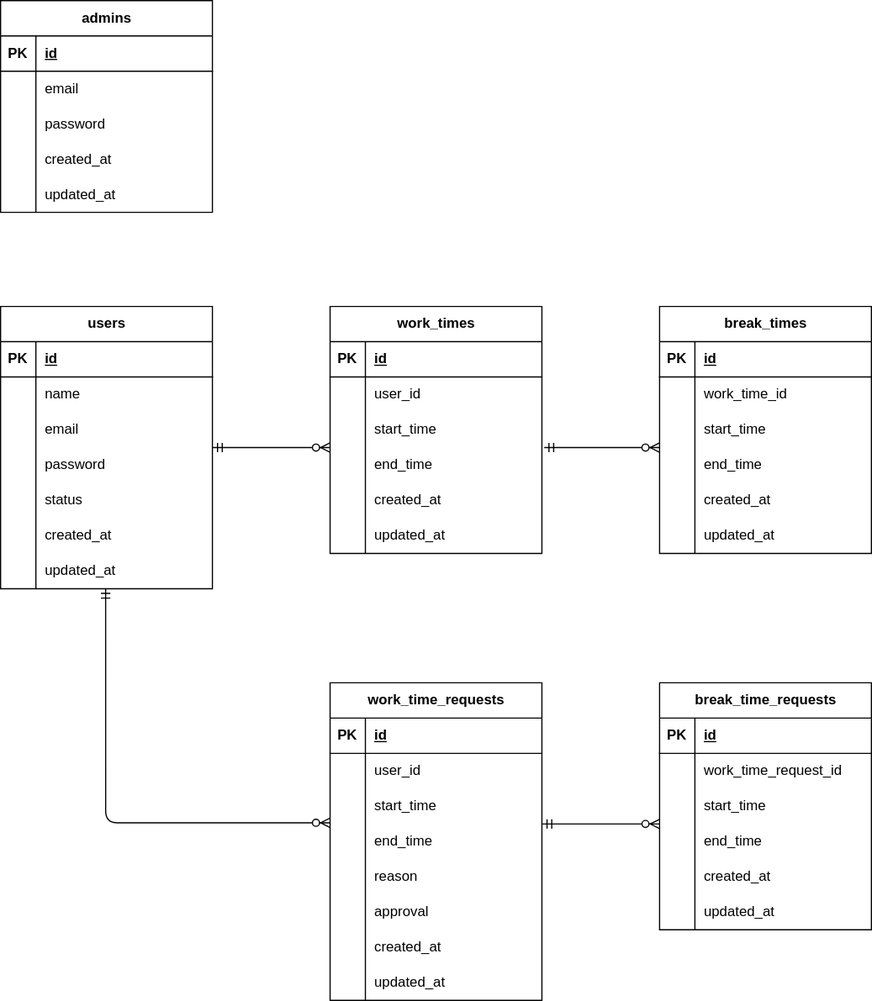
Earlier version of the draw.io export erd.drawio.svg (oura-takeshi/attendance-management). Source tidied: cells renumbered, new cells last; positions are measured from the earlier drawing's top-left corner, leaving out a move shared by most shapes.
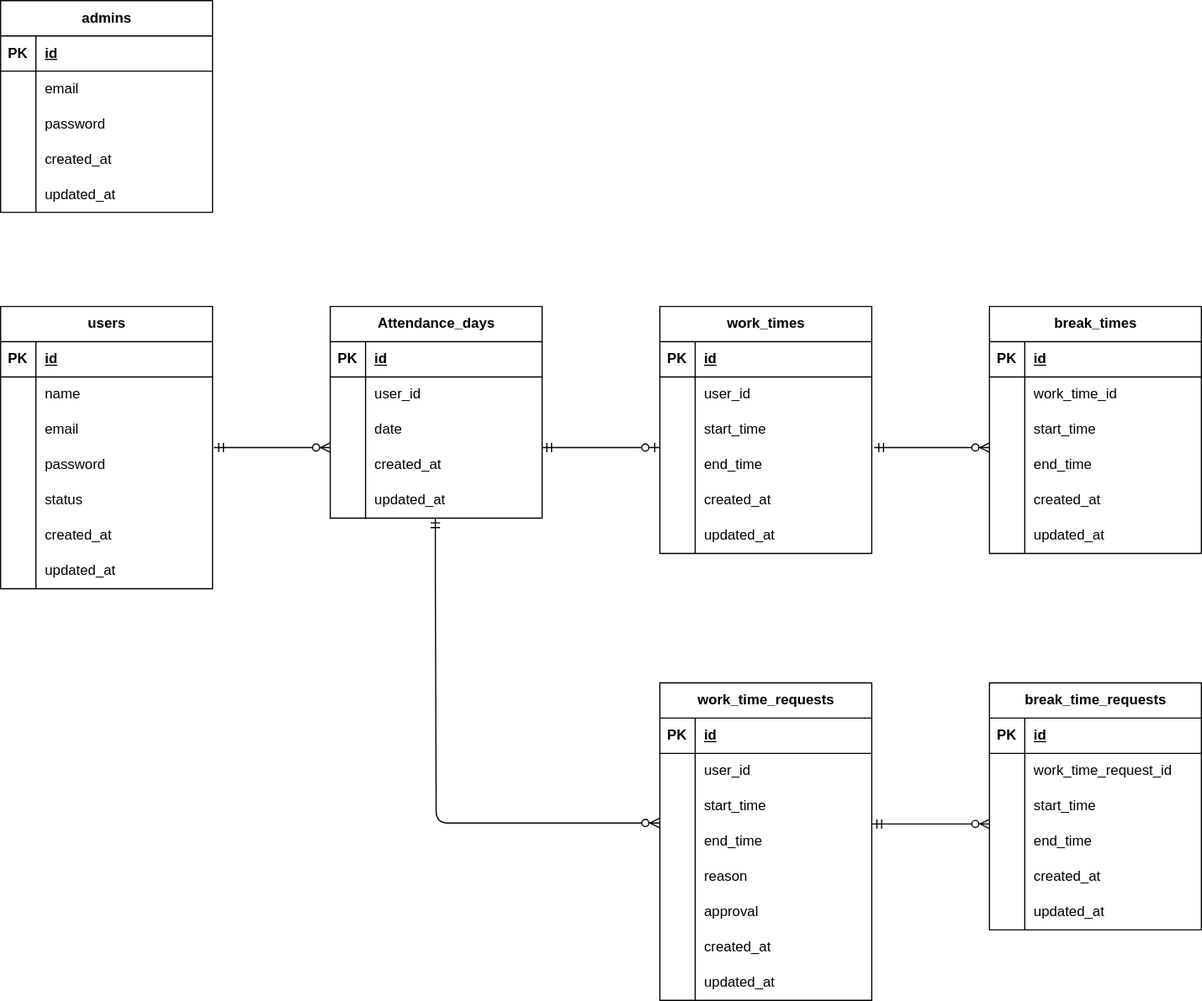
The same diagram one commit later.

Diff of the diagram source:
```diff
@@ -3,7 +3,7 @@
     <mxCell id="0" />
     <mxCell id="1" parent="0" />
     <mxCell id="2" value="users" style="shape=table;startSize=30;rowLines=0;fontStyle=1;align=center;html=1;" parent="1" vertex="1">
-      <mxGeometry y="260" width="180" height="240" as="geometry" />
+      <mxGeometry x="-280" y="260" width="180" height="240" as="geometry" />
     </mxCell>
     <mxCell id="3" style="shape=tableRow;horizontal=0;startSize=0;swimlaneHead=0;swimlaneBody=0;fillColor=none;top=0;left=0;right=0;bottom=1;" parent="2" vertex="1">
       <mxGeometry y="30" width="180" height="30" as="geometry" />
@@ -125,8 +125,10 @@
     <mxCell id="42" value="updated_at" style="shape=partialRectangle;fillColor=none;top=0;left=0;bottom=0;right=0;align=left;spacingLeft=6;overflow=hidden;whiteSpace=wrap;html=1;" parent="40" vertex="1">
       <mxGeometry x="30" width="150" height="30" as="geometry" />
     </mxCell>
-    <mxCell id="43" style="edgeStyle=entityRelationEdgeStyle;fontSize=12;html=1;endArrow=ERzeroToMany;startArrow=ERmandOne;entryX=0;entryY=0;entryDx=0;entryDy=0;entryPerimeter=0;exitX=1.002;exitY=0;exitDx=0;exitDy=0;exitPerimeter=0;" parent="1" edge="1" source="12" target="34">
-      <mxGeometry relative="1" as="geometry" />
+    <mxCell id="43" style="edgeStyle=entityRelationEdgeStyle;fontSize=12;html=1;endArrow=ERzeroToOne;startArrow=ERmandOne;endFill=0;entryX=-0.002;entryY=0;entryDx=0;entryDy=0;entryPerimeter=0;" parent="1" edge="1" target="34">
+      <mxGeometry relative="1" as="geometry">
+        <mxPoint x="180" y="380" as="sourcePoint" />
+      </mxGeometry>
     </mxCell>
     <mxCell id="44" value="break_times" style="shape=table;startSize=30;rowLines=0;fontStyle=1;align=center;html=1;" parent="1" vertex="1">
       <mxGeometry x="560" y="260" width="180" height="210" as="geometry" />
@@ -189,7 +191,7 @@
       <mxGeometry relative="1" as="geometry" />
     </mxCell>
     <mxCell id="64" value="admins" style="shape=table;startSize=30;rowLines=0;fontStyle=1;align=center;html=1;" parent="1" vertex="1">
-      <mxGeometry width="180" height="180" as="geometry" />
+      <mxGeometry x="-280" width="180" height="180" as="geometry" />
     </mxCell>
     <mxCell id="65" style="shape=tableRow;horizontal=0;startSize=0;swimlaneHead=0;swimlaneBody=0;fillColor=none;top=0;left=0;right=0;bottom=1;" parent="64" vertex="1">
       <mxGeometry y="30" width="180" height="30" as="geometry" />
@@ -311,11 +313,11 @@
     <mxCell id="104" value="updated_at" style="shape=partialRectangle;fillColor=none;top=0;left=0;bottom=0;right=0;align=left;spacingLeft=6;overflow=hidden;whiteSpace=wrap;html=1;" parent="102" vertex="1">
       <mxGeometry x="30" width="150" height="30" as="geometry" />
     </mxCell>
-    <mxCell id="105" style="fontSize=12;html=1;endArrow=ERzeroToMany;startArrow=ERmandOne;exitX=0.496;exitY=1;exitDx=0;exitDy=0;exitPerimeter=0;edgeStyle=orthogonalEdgeStyle;" parent="1" edge="1" source="21">
+    <mxCell id="105" style="fontSize=12;html=1;endArrow=ERzeroToMany;startArrow=ERmandOne;exitX=0.496;exitY=1;exitDx=0;exitDy=0;exitPerimeter=0;edgeStyle=orthogonalEdgeStyle;entryX=-0.002;entryY=0.973;entryDx=0;entryDy=0;entryPerimeter=0;" parent="1" edge="1" source="139" target="87">
       <mxGeometry relative="1" as="geometry">
-        <mxPoint x="280" y="699" as="targetPoint" />
         <Array as="points">
-          <mxPoint x="89" y="699" />
+          <mxPoint x="89" y="500" />
+          <mxPoint x="90" y="699" />
         </Array>
       </mxGeometry>
     </mxCell>
@@ -379,5 +381,56 @@
     <mxCell id="125" style="edgeStyle=entityRelationEdgeStyle;fontSize=12;html=1;endArrow=ERzeroToMany;startArrow=ERmandOne;entryX=0;entryY=0;entryDx=0;entryDy=0;entryPerimeter=0;exitX=1.002;exitY=0;exitDx=0;exitDy=0;exitPerimeter=0;" parent="1" edge="1" source="90" target="116">
       <mxGeometry relative="1" as="geometry" />
     </mxCell>
+    <mxCell id="126" value="Attendance_days" style="shape=table;startSize=30;rowLines=0;fontStyle=1;align=center;html=1;" parent="1" vertex="1">
+      <mxGeometry y="260" width="180" height="180" as="geometry" />
+    </mxCell>
+    <mxCell id="127" style="shape=tableRow;horizontal=0;startSize=0;swimlaneHead=0;swimlaneBody=0;fillColor=none;top=0;left=0;right=0;bottom=1;" parent="126" vertex="1">
+      <mxGeometry y="30" width="180" height="30" as="geometry" />
+    </mxCell>
+    <mxCell id="128" value="PK" style="shape=partialRectangle;fillColor=none;top=0;left=0;bottom=0;right=0;fontStyle=1;overflow=hidden;whiteSpace=wrap;html=1;" parent="127" vertex="1">
+      <mxGeometry width="30" height="30" as="geometry" />
+    </mxCell>
+    <mxCell id="129" value="id" style="shape=partialRectangle;fillColor=none;top=0;left=0;bottom=0;right=0;align=left;spacingLeft=6;fontStyle=5;overflow=hidden;whiteSpace=wrap;html=1;" parent="127" vertex="1">
+      <mxGeometry x="30" width="150" height="30" as="geometry" />
+    </mxCell>
+    <mxCell id="130" style="shape=tableRow;horizontal=0;startSize=0;swimlaneHead=0;swimlaneBody=0;fillColor=none;top=0;left=0;right=0;bottom=0;" parent="126" vertex="1">
+      <mxGeometry y="60" width="180" height="30" as="geometry" />
+    </mxCell>
+    <mxCell id="131" style="shape=partialRectangle;fillColor=none;top=0;left=0;bottom=0;right=0;overflow=hidden;whiteSpace=wrap;html=1;" parent="130" vertex="1">
+      <mxGeometry width="30" height="30" as="geometry" />
+    </mxCell>
+    <mxCell id="132" value="user_id" style="shape=partialRectangle;fillColor=none;top=0;left=0;bottom=0;right=0;align=left;spacingLeft=6;overflow=hidden;whiteSpace=wrap;html=1;" parent="130" vertex="1">
+      <mxGeometry x="30" width="150" height="30" as="geometry" />
+    </mxCell>
+    <mxCell id="133" style="shape=tableRow;horizontal=0;startSize=0;swimlaneHead=0;swimlaneBody=0;fillColor=none;top=0;left=0;right=0;bottom=0;" parent="126" vertex="1">
+      <mxGeometry y="90" width="180" height="30" as="geometry" />
+    </mxCell>
+    <mxCell id="134" style="shape=partialRectangle;fillColor=none;top=0;left=0;bottom=0;right=0;overflow=hidden;whiteSpace=wrap;html=1;" parent="133" vertex="1">
+      <mxGeometry width="30" height="30" as="geometry" />
+    </mxCell>
+    <mxCell id="135" value="date" style="shape=partialRectangle;fillColor=none;top=0;left=0;bottom=0;right=0;align=left;spacingLeft=6;overflow=hidden;whiteSpace=wrap;html=1;" parent="133" vertex="1">
+      <mxGeometry x="30" width="150" height="30" as="geometry" />
+    </mxCell>
+    <mxCell id="136" style="shape=tableRow;horizontal=0;startSize=0;swimlaneHead=0;swimlaneBody=0;fillColor=none;points=[[0,0.5],[1,0.5]];portConstraint=eastwest;top=0;left=0;right=0;bottom=0;" parent="126" vertex="1">
+      <mxGeometry y="120" width="180" height="30" as="geometry" />
+    </mxCell>
+    <mxCell id="137" style="shape=partialRectangle;fillColor=none;top=0;left=0;bottom=0;right=0;overflow=hidden;whiteSpace=wrap;html=1;" parent="136" vertex="1">
+      <mxGeometry width="30" height="30" as="geometry" />
+    </mxCell>
+    <mxCell id="138" value="created_at" style="shape=partialRectangle;fillColor=none;top=0;left=0;bottom=0;right=0;align=left;spacingLeft=6;overflow=hidden;whiteSpace=wrap;html=1;" parent="136" vertex="1">
+      <mxGeometry x="30" width="150" height="30" as="geometry" />
+    </mxCell>
+    <mxCell id="139" style="shape=tableRow;horizontal=0;startSize=0;swimlaneHead=0;swimlaneBody=0;fillColor=none;points=[[0,0.5],[1,0.5]];portConstraint=eastwest;top=0;left=0;right=0;bottom=0;" parent="126" vertex="1">
+      <mxGeometry y="150" width="180" height="30" as="geometry" />
+    </mxCell>
+    <mxCell id="140" style="shape=partialRectangle;fillColor=none;top=0;left=0;bottom=0;right=0;overflow=hidden;whiteSpace=wrap;html=1;" parent="139" vertex="1">
+      <mxGeometry width="30" height="30" as="geometry" />
+    </mxCell>
+    <mxCell id="141" value="updated_at" style="shape=partialRectangle;fillColor=none;top=0;left=0;bottom=0;right=0;align=left;spacingLeft=6;overflow=hidden;whiteSpace=wrap;html=1;" parent="139" vertex="1">
+      <mxGeometry x="30" width="150" height="30" as="geometry" />
+    </mxCell>
+    <mxCell id="142" style="fontSize=12;html=1;endArrow=ERzeroToMany;startArrow=ERmandOne;entryX=0;entryY=0;entryDx=0;entryDy=0;entryPerimeter=0;exitX=1.007;exitY=0;exitDx=0;exitDy=0;exitPerimeter=0;" parent="1" edge="1" source="12" target="136">
+      <mxGeometry relative="1" as="geometry" />
+    </mxCell>
   </root>
 </mxGraphModel>
```
